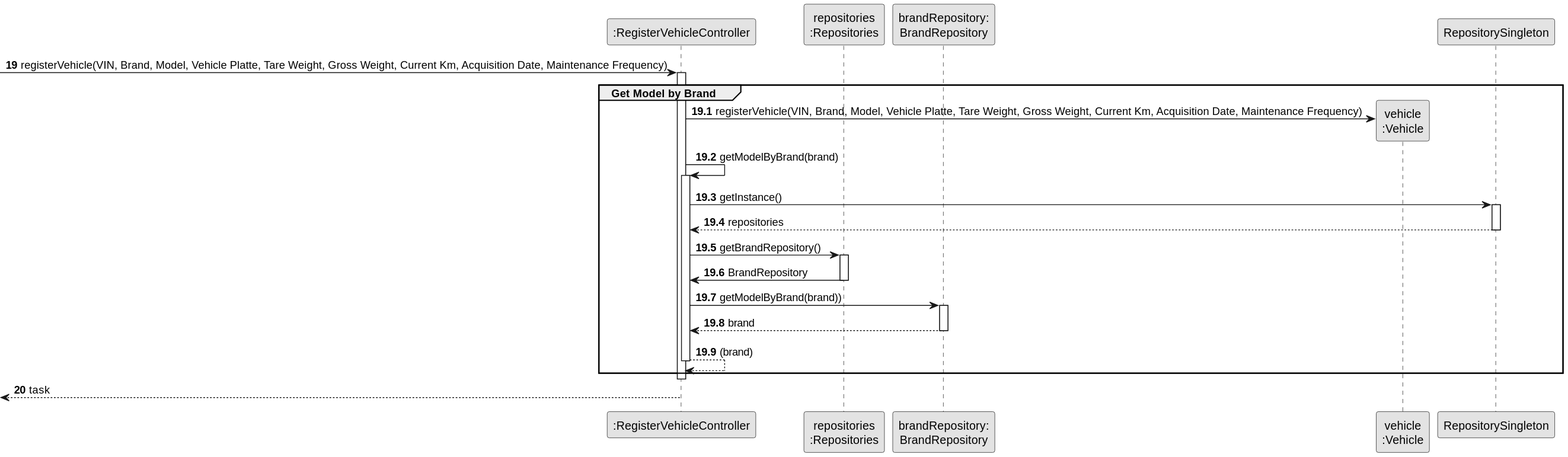
ricardomm7/leaflink keeps this PlantUML diagram as docs/sprintB/us006/03.design/svg/us006-sequence-diagram-partial-get-model-by-brand.svg. Above is the earlier version. Its diagram source:
```plantuml
@startuml
skinparam monochrome true
skinparam packageStyle rectangle
skinparam shadowing false

participant ":RegisterVehicleController" as CTRL
participant "repositories\n:Repositories" as PLAT
participant "brandRepository:\nBrandRepository" as BrandRepository
participant "vehicle\n:Vehicle" as VEI

autonumber 19
-> CTRL : registerVehicle(VIN, Brand, Model, Vehicle Platte, Tare Weight, Gross Weight, Current Km, Acquisition Date, Maintenance Frequency)

autonumber 19.1
activate CTRL
    group Get Model by Brand

        CTRL -> VEI**: registerVehicle(VIN, Brand, Model, Vehicle Platte, Tare Weight, Gross Weight, Current Km, Acquisition Date, Maintenance Frequency)

            CTRL -> CTRL : getModelByBrand(brand)
            activate CTRL

            CTRL -> RepositorySingleton : getInstance()
            activate RepositorySingleton

            RepositorySingleton --> CTRL: repositories
            deactivate RepositorySingleton

            CTRL -> PLAT : getBrandRepository()
            activate PLAT

            PLAT -> CTRL : BrandRepository
             deactivate PLAT

             CTRL -> BrandRepository : getModelByBrand(brand))
             activate BrandRepository

             BrandRepository --> CTRL : brand
             deactivate BrandRepository

        CTRL --> CTRL : (brand)
        deactivate CTRL


    end
    deactivate CTRL

    autonumber 20
    <-- CTRL : task
deactivate CTRL
@enduml
```
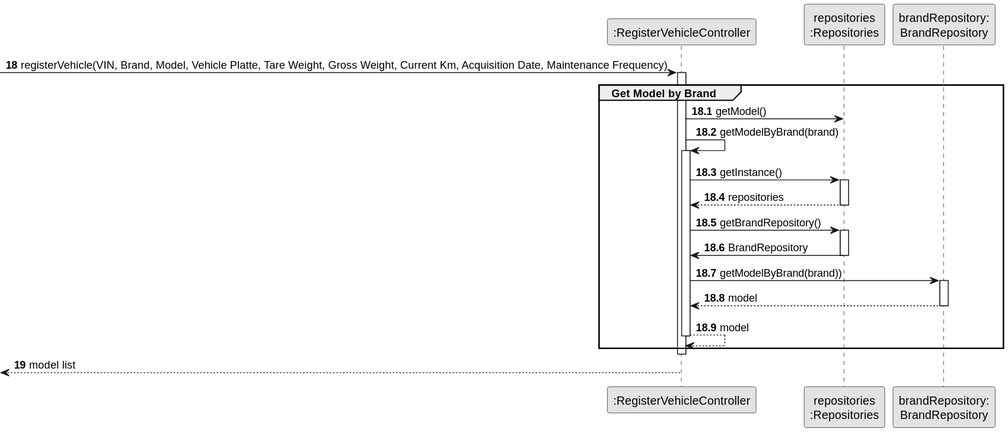
Above is the later version.

What changed in the source:
```diff
@@ -6,46 +6,43 @@
 participant ":RegisterVehicleController" as CTRL
 participant "repositories\n:Repositories" as PLAT
 participant "brandRepository:\nBrandRepository" as BrandRepository
-participant "vehicle\n:Vehicle" as VEI
 
-autonumber 19
+autonumber 18
 -> CTRL : registerVehicle(VIN, Brand, Model, Vehicle Platte, Tare Weight, Gross Weight, Current Km, Acquisition Date, Maintenance Frequency)
 
-autonumber 19.1
+autonumber 18.1
 activate CTRL
     group Get Model by Brand
 
-        CTRL -> VEI**: registerVehicle(VIN, Brand, Model, Vehicle Platte, Tare Weight, Gross Weight, Current Km, Acquisition Date, Maintenance Frequency)
+CTRL -> PLAT : getModel()
+            CTRL -> CTRL : getModelByBrand(brand)
+                                activate CTRL
 
-            CTRL -> CTRL : getModelByBrand(brand)
-            activate CTRL
+                                    CTRL -> PLAT : getInstance()
+                                    activate PLAT
 
-            CTRL -> RepositorySingleton : getInstance()
-            activate RepositorySingleton
+                                    PLAT --> CTRL: repositories
+                                    deactivate PLAT
 
-            RepositorySingleton --> CTRL: repositories
-            deactivate RepositorySingleton
+                                    CTRL -> PLAT : getBrandRepository()
+                                    activate PLAT
 
-            CTRL -> PLAT : getBrandRepository()
-            activate PLAT
+                                    PLAT -> CTRL : BrandRepository
+                                    deactivate PLAT
 
-            PLAT -> CTRL : BrandRepository
-             deactivate PLAT
+                                    CTRL -> BrandRepository : getModelByBrand(brand))
+                                    activate BrandRepository
 
-             CTRL -> BrandRepository : getModelByBrand(brand))
-             activate BrandRepository
+                                    BrandRepository --> CTRL : model
+                                    deactivate BrandRepository
 
-             BrandRepository --> CTRL : brand
-             deactivate BrandRepository
-
-        CTRL --> CTRL : (brand)
-        deactivate CTRL
-
+                                CTRL --> CTRL : model
+                                deactivate CTRL
 
     end
     deactivate CTRL
 
-    autonumber 20
-    <-- CTRL : task
+    autonumber 19
+    <-- CTRL : model list
 deactivate CTRL
 @enduml
```
